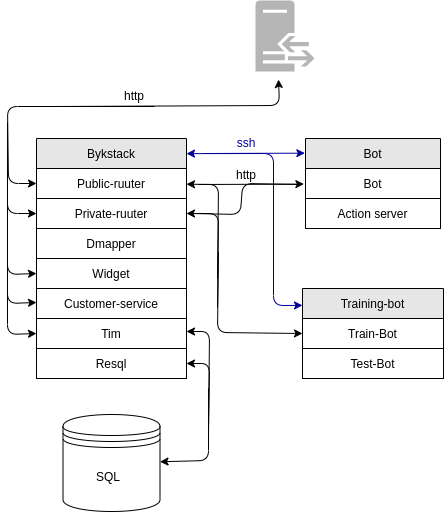
The draw.io diagram images/overview.light.editable.png in buerokratt/Installation-Guides, before a commit. Source tidied: cells renumbered, new cells last; positions are measured from the earlier drawing's top-left corner, leaving out a move shared by most shapes. Source of this version:
```xml
<mxGraphModel>
  <root>
    <mxCell id="0" />
    <mxCell id="1" parent="0" />
    <mxCell id="2" style="shape=datastore;whiteSpace=wrap;html=1;" parent="1" vertex="1">
      <mxGeometry x="55.5" y="414" width="97" height="97" as="geometry" />
    </mxCell>
    <mxCell id="3" style="sketch=0;shadow=0;dashed=0;html=1;strokeColor=none;fillColor=#B5B5B5;labelPosition=center;verticalLabelPosition=bottom;verticalAlign=top;align=center;shape=mxgraph.office.servers.reverse_proxy;" parent="1" vertex="1">
      <mxGeometry x="248" width="59" height="71" as="geometry" />
    </mxCell>
    <mxCell id="4" value="Bykstack" style="swimlane;fontStyle=0;horizontal=1;startSize=30;fillColor=#E6E6E6;" parent="1" vertex="1">
      <mxGeometry x="29" y="138" width="150" height="240" as="geometry" />
    </mxCell>
    <mxCell id="5" value="Public-ruuter" style="text;strokeColor=default;fillColor=default;align=center;verticalAlign=middle;spacingLeft=4;spacingRight=4;overflow=hidden;points=[[0,0.5],[1,0.5]];portConstraint=eastwest;" parent="4" vertex="1">
      <mxGeometry y="30" width="150" height="30" as="geometry" />
    </mxCell>
    <mxCell id="6" value="Private-ruuter" style="text;strokeColor=default;fillColor=default;align=center;verticalAlign=middle;spacingLeft=4;spacingRight=4;overflow=hidden;points=[[0,0.5],[1,0.5]];portConstraint=eastwest;" parent="4" vertex="1">
      <mxGeometry y="60" width="150" height="30" as="geometry" />
    </mxCell>
    <mxCell id="7" value="Dmapper" style="text;strokeColor=default;fillColor=default;align=center;verticalAlign=middle;spacingLeft=4;spacingRight=4;overflow=hidden;" parent="4" vertex="1">
      <mxGeometry y="90" width="150" height="30" as="geometry" />
    </mxCell>
    <mxCell id="8" value="Widget" style="text;strokeColor=default;fillColor=default;align=center;verticalAlign=middle;spacingLeft=4;spacingRight=4;overflow=hidden;points=[[0,0.5],[1,0.5]];portConstraint=eastwest;" parent="4" vertex="1">
      <mxGeometry y="120" width="150" height="30" as="geometry" />
    </mxCell>
    <mxCell id="9" value="Customer-service" style="text;strokeColor=default;fillColor=default;align=center;verticalAlign=middle;spacingLeft=4;spacingRight=4;overflow=hidden;" parent="4" vertex="1">
      <mxGeometry y="150" width="150" height="30" as="geometry" />
    </mxCell>
    <mxCell id="10" value="Tim" style="text;strokeColor=default;fillColor=default;align=center;verticalAlign=middle;spacingLeft=4;spacingRight=4;overflow=hidden;" parent="4" vertex="1">
      <mxGeometry y="180" width="150" height="30" as="geometry" />
    </mxCell>
    <mxCell id="11" value="Resql" style="text;strokeColor=default;fillColor=default;align=center;verticalAlign=middle;spacingLeft=4;spacingRight=4;overflow=hidden;points=[[0,0.5],[1,0.5]];portConstraint=eastwest;" parent="4" vertex="1">
      <mxGeometry y="210" width="150" height="30" as="geometry" />
    </mxCell>
    <mxCell id="12" value="Bot" style="swimlane;fontStyle=0;horizontal=1;startSize=30;fillColor=#E6E6E6;" parent="1" vertex="1">
      <mxGeometry x="298" y="138" width="135" height="90" as="geometry" />
    </mxCell>
    <mxCell id="13" value="Bot" style="text;strokeColor=default;fillColor=default;align=center;verticalAlign=middle;spacingLeft=4;spacingRight=4;overflow=hidden;points=[[0,0.5],[1,0.5]];portConstraint=eastwest;" parent="12" vertex="1">
      <mxGeometry y="30" width="135" height="30" as="geometry" />
    </mxCell>
    <mxCell id="14" value="Action server" style="text;strokeColor=default;fillColor=default;align=center;verticalAlign=middle;spacingLeft=4;spacingRight=4;overflow=hidden;" parent="12" vertex="1">
      <mxGeometry y="60" width="135" height="30" as="geometry" />
    </mxCell>
    <mxCell id="15" value="Training-bot" style="swimlane;fontStyle=0;horizontal=1;startSize=30;fillColor=#E6E6E6;" parent="1" vertex="1">
      <mxGeometry x="295" y="288" width="141" height="90" as="geometry" />
    </mxCell>
    <mxCell id="16" value="Train-Bot" style="text;strokeColor=default;fillColor=default;align=center;verticalAlign=middle;spacingLeft=4;spacingRight=4;overflow=hidden;points=[[0,0.5],[1,0.5]];portConstraint=eastwest;" parent="15" vertex="1">
      <mxGeometry y="30" width="141" height="30" as="geometry" />
    </mxCell>
    <mxCell id="17" value="Test-Bot" style="text;strokeColor=default;fillColor=default;align=center;verticalAlign=middle;spacingLeft=4;spacingRight=4;overflow=hidden;" parent="15" vertex="1">
      <mxGeometry y="60" width="141" height="30" as="geometry" />
    </mxCell>
    <mxCell id="18" style="endArrow=classic;html=1;rounded=1;" parent="1" edge="1">
      <mxGeometry relative="1" as="geometry">
        <mxPoint x="49" y="106" as="sourcePoint" />
        <mxPoint x="271" y="79" as="targetPoint" />
        <Array as="points">
          <mxPoint x="272" y="105" />
        </Array>
      </mxGeometry>
    </mxCell>
    <mxCell id="19" style="endArrow=classic;html=1;rounded=1;entryX=0;entryY=0.5;entryDx=0;entryDy=0;" parent="1" edge="1" target="5">
      <mxGeometry relative="1" as="geometry">
        <mxPoint x="147" y="106" as="sourcePoint" />
        <Array as="points">
          <mxPoint y="106" />
          <mxPoint x="1" y="183" />
        </Array>
      </mxGeometry>
    </mxCell>
    <mxCell id="20" style="endArrow=classic;html=1;rounded=1;entryX=0;entryY=0.5;entryDx=0;entryDy=0;" parent="1" edge="1" target="6">
      <mxGeometry relative="1" as="geometry">
        <mxPoint y="141" as="sourcePoint" />
        <Array as="points">
          <mxPoint y="213" />
        </Array>
      </mxGeometry>
    </mxCell>
    <mxCell id="21" style="endArrow=classic;html=1;rounded=1;entryX=0;entryY=0.5;entryDx=0;entryDy=0;" parent="1" edge="1" target="8">
      <mxGeometry relative="1" as="geometry">
        <mxPoint y="122" as="sourcePoint" />
        <Array as="points">
          <mxPoint y="274" />
        </Array>
      </mxGeometry>
    </mxCell>
    <mxCell id="22" style="endArrow=classic;html=1;rounded=1;entryX=0;entryY=0.5;entryDx=0;entryDy=0;" parent="1" edge="1">
      <mxGeometry relative="1" as="geometry">
        <mxPoint y="151" as="sourcePoint" />
        <mxPoint x="29" y="302" as="targetPoint" />
        <Array as="points">
          <mxPoint y="303" />
        </Array>
      </mxGeometry>
    </mxCell>
    <mxCell id="23" style="endArrow=classic;html=1;rounded=1;entryX=0;entryY=0.5;entryDx=0;entryDy=0;" parent="1" edge="1">
      <mxGeometry relative="1" as="geometry">
        <mxPoint y="182" as="sourcePoint" />
        <mxPoint x="29" y="333" as="targetPoint" />
        <Array as="points">
          <mxPoint y="334" />
        </Array>
      </mxGeometry>
    </mxCell>
    <mxCell id="24" style="endArrow=classic;startArrow=classic;html=1;rounded=1;entryX=0;entryY=0.188;entryDx=0;entryDy=0;entryPerimeter=0;exitX=1;exitY=0.063;exitDx=0;exitDy=0;exitPerimeter=0;strokeColor=#000099;" parent="1" edge="1" source="4" target="15">
      <mxGeometry relative="1" as="geometry">
        <Array as="points">
          <mxPoint x="266" y="153" />
          <mxPoint x="266" y="305" />
        </Array>
      </mxGeometry>
    </mxCell>
    <mxCell id="25" style="endArrow=classic;html=1;rounded=1;entryX=-0.005;entryY=0.163;entryDx=0;entryDy=0;entryPerimeter=0;strokeColor=#000099;" parent="1" edge="1" target="12">
      <mxGeometry relative="1" as="geometry">
        <mxPoint x="197" y="153" as="sourcePoint" />
      </mxGeometry>
    </mxCell>
    <mxCell id="26" value="http" style="text;html=1;strokeColor=none;fillColor=none;align=center;verticalAlign=middle;whiteSpace=wrap;rounded=0;" parent="1" vertex="1">
      <mxGeometry x="97" y="81" width="60" height="30" as="geometry" />
    </mxCell>
    <mxCell id="27" value="ssh" style="text;html=1;strokeColor=none;fillColor=none;align=center;verticalAlign=middle;whiteSpace=wrap;rounded=0;fontColor=#000099;" parent="1" vertex="1">
      <mxGeometry x="209" y="128" width="60" height="30" as="geometry" />
    </mxCell>
    <mxCell id="28" style="endArrow=classic;html=1;rounded=1;entryX=1;entryY=0.5;entryDx=0;entryDy=0;" parent="1" edge="1" target="11">
      <mxGeometry relative="1" as="geometry">
        <mxPoint x="201" y="427" as="sourcePoint" />
        <Array as="points">
          <mxPoint x="202" y="363" />
        </Array>
      </mxGeometry>
    </mxCell>
    <mxCell id="29" style="endArrow=classic;html=1;rounded=1;entryX=1;entryY=0.5;entryDx=0;entryDy=0;" parent="1" edge="1">
      <mxGeometry relative="1" as="geometry">
        <mxPoint x="201" y="435" as="sourcePoint" />
        <mxPoint x="179" y="331" as="targetPoint" />
        <Array as="points">
          <mxPoint x="202" y="331" />
        </Array>
      </mxGeometry>
    </mxCell>
    <mxCell id="30" style="endArrow=classic;html=1;rounded=1;" parent="1" edge="1" target="2">
      <mxGeometry relative="1" as="geometry">
        <mxPoint x="201" y="388" as="sourcePoint" />
        <Array as="points">
          <mxPoint x="201" y="460" />
        </Array>
      </mxGeometry>
    </mxCell>
    <mxCell id="31" value="SQL" style="text;html=1;strokeColor=none;fillColor=none;align=center;verticalAlign=middle;whiteSpace=wrap;rounded=0;" parent="1" vertex="1">
      <mxGeometry x="71" y="462" width="60" height="30" as="geometry" />
    </mxCell>
    <mxCell id="32" style="endArrow=classic;html=1;rounded=1;fontColor=#000000;strokeColor=#000000;entryX=1;entryY=0.5;entryDx=0;entryDy=0;" parent="1" edge="1" target="6">
      <mxGeometry relative="1" as="geometry">
        <mxPoint x="210" y="307" as="sourcePoint" />
        <Array as="points">
          <mxPoint x="211" y="213" />
        </Array>
      </mxGeometry>
    </mxCell>
    <mxCell id="33" style="endArrow=classic;html=1;rounded=1;fontColor=#000000;strokeColor=#000000;entryX=0;entryY=0.5;entryDx=0;entryDy=0;" parent="1" edge="1" target="16">
      <mxGeometry relative="1" as="geometry">
        <mxPoint x="211" y="251" as="sourcePoint" />
        <Array as="points">
          <mxPoint x="210" y="332" />
        </Array>
      </mxGeometry>
    </mxCell>
    <mxCell id="34" style="endArrow=classic;html=1;rounded=1;fontColor=#000000;strokeColor=#000000;" parent="1" edge="1" target="5">
      <mxGeometry relative="1" as="geometry">
        <mxPoint x="210" y="278" as="sourcePoint" />
        <Array as="points">
          <mxPoint x="211" y="184" />
        </Array>
      </mxGeometry>
    </mxCell>
    <mxCell id="35" style="endArrow=classic;html=1;rounded=1;fontColor=#000000;strokeColor=#000000;entryX=-0.012;entryY=0.52;entryDx=0;entryDy=0;entryPerimeter=0;" parent="1" edge="1" target="13">
      <mxGeometry relative="1" as="geometry">
        <mxPoint x="191" y="184" as="sourcePoint" />
      </mxGeometry>
    </mxCell>
    <mxCell id="36" style="endArrow=none;html=1;rounded=1;fontColor=#000000;strokeColor=#000000;" parent="1" edge="1">
      <mxGeometry relative="1" as="geometry">
        <mxPoint x="185" y="213" as="sourcePoint" />
        <mxPoint x="290" y="184" as="targetPoint" />
        <Array as="points">
          <mxPoint x="233" y="214" />
          <mxPoint x="235" y="183" />
        </Array>
      </mxGeometry>
    </mxCell>
    <mxCell id="37" value="http" style="text;html=1;strokeColor=none;fillColor=none;align=center;verticalAlign=middle;whiteSpace=wrap;rounded=0;" parent="1" vertex="1">
      <mxGeometry x="209" y="160" width="60" height="30" as="geometry" />
    </mxCell>
  </root>
</mxGraphModel>
```
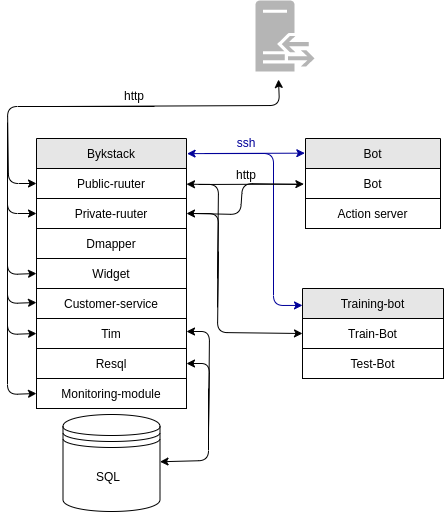
After the change.

Commit message:
Monitoring module setup description

Diff of the diagram source:
```diff
@@ -9,7 +9,7 @@
       <mxGeometry x="248" width="59" height="71" as="geometry" />
     </mxCell>
     <mxCell id="4" value="Bykstack" style="swimlane;fontStyle=0;horizontal=1;startSize=30;fillColor=#E6E6E6;" parent="1" vertex="1">
-      <mxGeometry x="29" y="138" width="150" height="240" as="geometry" />
+      <mxGeometry x="29" y="138" width="150" height="270" as="geometry" />
     </mxCell>
     <mxCell id="5" value="Public-ruuter" style="text;strokeColor=default;fillColor=default;align=center;verticalAlign=middle;spacingLeft=4;spacingRight=4;overflow=hidden;points=[[0,0.5],[1,0.5]];portConstraint=eastwest;" parent="4" vertex="1">
       <mxGeometry y="30" width="150" height="30" as="geometry" />
@@ -32,6 +32,9 @@
     <mxCell id="11" value="Resql" style="text;strokeColor=default;fillColor=default;align=center;verticalAlign=middle;spacingLeft=4;spacingRight=4;overflow=hidden;points=[[0,0.5],[1,0.5]];portConstraint=eastwest;" parent="4" vertex="1">
       <mxGeometry y="210" width="150" height="30" as="geometry" />
     </mxCell>
+    <mxCell id="38" value="Monitoring-module" style="text;strokeColor=default;fillColor=default;align=center;verticalAlign=middle;spacingLeft=4;spacingRight=4;overflow=hidden;" parent="4" vertex="1">
+      <mxGeometry y="240" width="150" height="30" as="geometry" />
+    </mxCell>
     <mxCell id="12" value="Bot" style="swimlane;fontStyle=0;horizontal=1;startSize=30;fillColor=#E6E6E6;" parent="1" vertex="1">
       <mxGeometry x="298" y="138" width="135" height="90" as="geometry" />
     </mxCell>
@@ -102,7 +105,7 @@
         </Array>
       </mxGeometry>
     </mxCell>
-    <mxCell id="24" style="endArrow=classic;startArrow=classic;html=1;rounded=1;entryX=0;entryY=0.188;entryDx=0;entryDy=0;entryPerimeter=0;exitX=1;exitY=0.063;exitDx=0;exitDy=0;exitPerimeter=0;strokeColor=#000099;" parent="1" edge="1" source="4" target="15">
+    <mxCell id="24" style="endArrow=classic;startArrow=classic;html=1;rounded=1;entryX=0;entryY=0.188;entryDx=0;entryDy=0;entryPerimeter=0;exitX=1.004;exitY=0.056;exitDx=0;exitDy=0;exitPerimeter=0;strokeColor=#000099;" parent="1" edge="1" source="4" target="15">
       <mxGeometry relative="1" as="geometry">
         <Array as="points">
           <mxPoint x="266" y="153" />
@@ -191,5 +194,14 @@
     <mxCell id="37" value="http" style="text;html=1;strokeColor=none;fillColor=none;align=center;verticalAlign=middle;whiteSpace=wrap;rounded=0;" parent="1" vertex="1">
       <mxGeometry x="209" y="160" width="60" height="30" as="geometry" />
     </mxCell>
+    <mxCell id="39" style="endArrow=classic;html=1;rounded=1;entryX=0;entryY=0.5;entryDx=0;entryDy=0;" parent="1" edge="1">
+      <mxGeometry relative="1" as="geometry">
+        <mxPoint y="242" as="sourcePoint" />
+        <mxPoint x="29" y="393" as="targetPoint" />
+        <Array as="points">
+          <mxPoint y="394" />
+        </Array>
+      </mxGeometry>
+    </mxCell>
   </root>
 </mxGraphModel>
```
